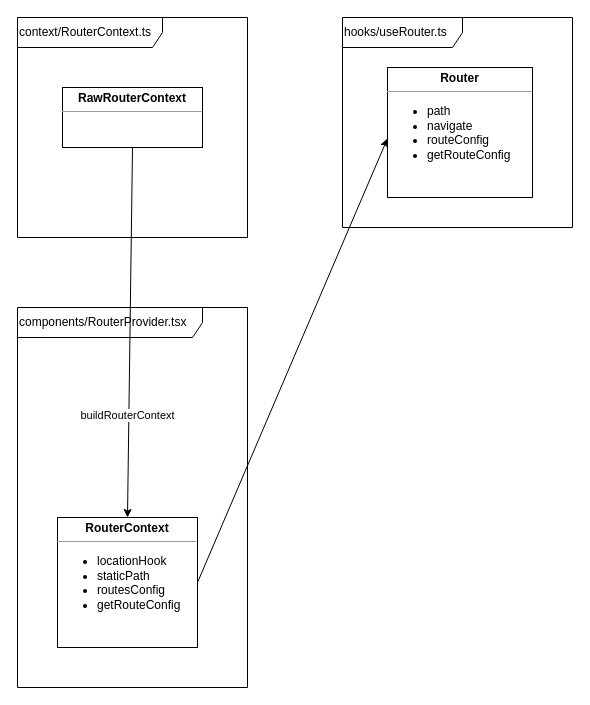
The draw.io diagram packages/router/docs/router.drawio in vavra7/react-ssr, before the edit. Source tidied: cells renumbered, new cells numbered last; positions are measured from the earlier drawing's top-left corner, leaving out a move shared by most shapes. Both pictures are drawn from the tidied source at 100%, with x=0, y=0 at pixel (17, 17).
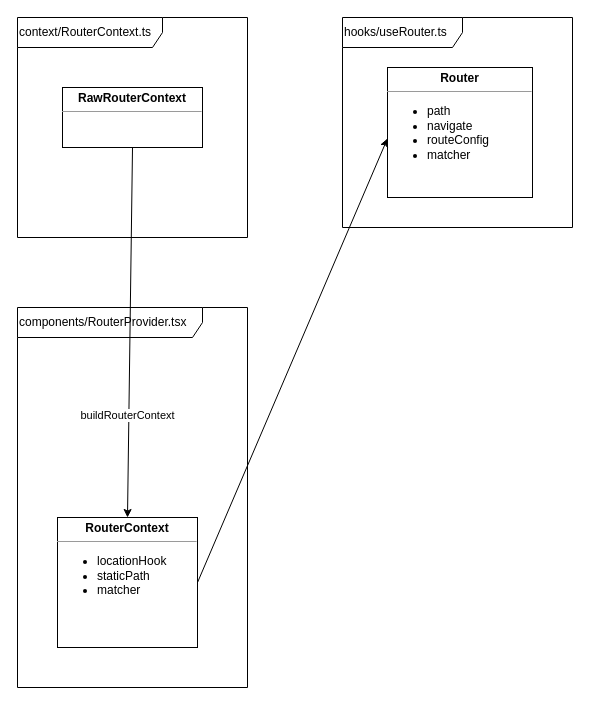
Above is the later version.

What changed in the source:
```diff
@@
 <mxGraphModel>
   <root>
     <mxCell id="0" />
     <mxCell id="1" parent="0" />
     <mxCell id="2" value="context/RouterContext.ts" style="shape=umlFrame;whiteSpace=wrap;html=1;labelBackgroundColor=none;align=left;width=145;height=30;" parent="1" vertex="1">
       <mxGeometry width="230" height="220" as="geometry" />
     </mxCell>
     <mxCell id="3" value="components/RouterProvider.tsx" style="shape=umlFrame;whiteSpace=wrap;html=1;labelBackgroundColor=none;align=left;width=185;height=30;" parent="1" vertex="1">
       <mxGeometry y="290" width="230" height="380" as="geometry" />
     </mxCell>
     <mxCell id="4" value="&lt;p style=&quot;margin: 0px ; margin-top: 4px ; text-align: center&quot;&gt;&lt;b&gt;RawRouterContext&lt;/b&gt;&lt;/p&gt;&lt;hr size=&quot;1&quot;&gt;&lt;div style=&quot;height: 2px&quot;&gt;&lt;br&gt;&lt;/div&gt;" style="verticalAlign=top;align=left;overflow=fill;fontSize=12;fontFamily=Helvetica;html=1;spacing=11;labelBorderColor=none;labelBackgroundColor=none;spacingLeft=144;" parent="1" vertex="1">
       <mxGeometry x="45" y="70" width="140" height="60" as="geometry" />
     </mxCell>
-    <mxCell id="5" value="&lt;p style=&quot;margin: 0px ; margin-top: 4px ; text-align: center&quot;&gt;&lt;b&gt;RouterContext&lt;/b&gt;&lt;/p&gt;&lt;hr size=&quot;1&quot;&gt;&lt;div style=&quot;height: 2px&quot;&gt;&lt;ul&gt;&lt;li&gt;locationHook&lt;/li&gt;&lt;li&gt;staticPath&lt;/li&gt;&lt;li&gt;routesConfig&lt;/li&gt;&lt;li&gt;getRouteConfig&lt;/li&gt;&lt;/ul&gt;&lt;/div&gt;" style="verticalAlign=top;align=left;overflow=fill;fontSize=12;fontFamily=Helvetica;html=1;spacing=11;labelBorderColor=none;labelBackgroundColor=none;spacingLeft=144;" parent="1" vertex="1">
+    <mxCell id="5" value="&lt;p style=&quot;margin: 0px ; margin-top: 4px ; text-align: center&quot;&gt;&lt;b&gt;RouterContext&lt;/b&gt;&lt;/p&gt;&lt;hr size=&quot;1&quot;&gt;&lt;div style=&quot;height: 2px&quot;&gt;&lt;ul&gt;&lt;li&gt;locationHook&lt;/li&gt;&lt;li&gt;staticPath&lt;/li&gt;&lt;li&gt;matcher&lt;/li&gt;&lt;/ul&gt;&lt;/div&gt;" style="verticalAlign=top;align=left;overflow=fill;fontSize=12;fontFamily=Helvetica;html=1;spacing=11;labelBorderColor=none;labelBackgroundColor=none;spacingLeft=144;" parent="1" vertex="1">
       <mxGeometry x="40" y="500" width="140" height="130" as="geometry" />
     </mxCell>
     <mxCell id="6" value="buildRouterContext" style="endArrow=classic;html=1;exitX=0.5;exitY=1;exitDx=0;exitDy=0;entryX=0.5;entryY=0;entryDx=0;entryDy=0;" parent="1" edge="1" source="4" target="5">
       <mxGeometry x="0.45" y="-1" relative="1" as="geometry" />
     </mxCell>
     <mxCell id="7" value="hooks/useRouter.ts" style="shape=umlFrame;whiteSpace=wrap;html=1;labelBackgroundColor=none;align=left;width=120;height=30;" parent="1" vertex="1">
       <mxGeometry x="325" width="230" height="210" as="geometry" />
     </mxCell>
-    <mxCell id="8" value="&lt;p style=&quot;margin: 0px ; margin-top: 4px ; text-align: center&quot;&gt;&lt;b&gt;Router&lt;/b&gt;&lt;/p&gt;&lt;hr size=&quot;1&quot;&gt;&lt;div style=&quot;height: 2px&quot;&gt;&lt;ul&gt;&lt;li&gt;path&lt;/li&gt;&lt;li&gt;navigate&lt;/li&gt;&lt;li&gt;routeConfig&lt;/li&gt;&lt;li&gt;getRouteConfig&lt;/li&gt;&lt;/ul&gt;&lt;/div&gt;" style="verticalAlign=top;align=left;overflow=fill;fontSize=12;fontFamily=Helvetica;html=1;spacing=11;labelBorderColor=none;labelBackgroundColor=none;spacingLeft=144;" parent="1" vertex="1">
+    <mxCell id="8" value="&lt;p style=&quot;margin: 0px ; margin-top: 4px ; text-align: center&quot;&gt;&lt;b&gt;Router&lt;/b&gt;&lt;/p&gt;&lt;hr size=&quot;1&quot;&gt;&lt;div style=&quot;height: 2px&quot;&gt;&lt;ul&gt;&lt;li&gt;path&lt;/li&gt;&lt;li&gt;navigate&lt;/li&gt;&lt;li&gt;routeConfig&lt;/li&gt;&lt;li&gt;matcher&lt;/li&gt;&lt;/ul&gt;&lt;/div&gt;" style="verticalAlign=top;align=left;overflow=fill;fontSize=12;fontFamily=Helvetica;html=1;spacing=11;labelBorderColor=none;labelBackgroundColor=none;spacingLeft=144;" parent="1" vertex="1">
       <mxGeometry x="370" y="50" width="145" height="130" as="geometry" />
     </mxCell>
     <mxCell id="9" style="endArrow=classic;html=1;exitX=1;exitY=0.5;exitDx=0;exitDy=0;entryX=0;entryY=0.546;entryDx=0;entryDy=0;entryPerimeter=0;" parent="1" edge="1" source="5" target="8">
       <mxGeometry relative="1" as="geometry" />
     </mxCell>
   </root>
 </mxGraphModel>
```
